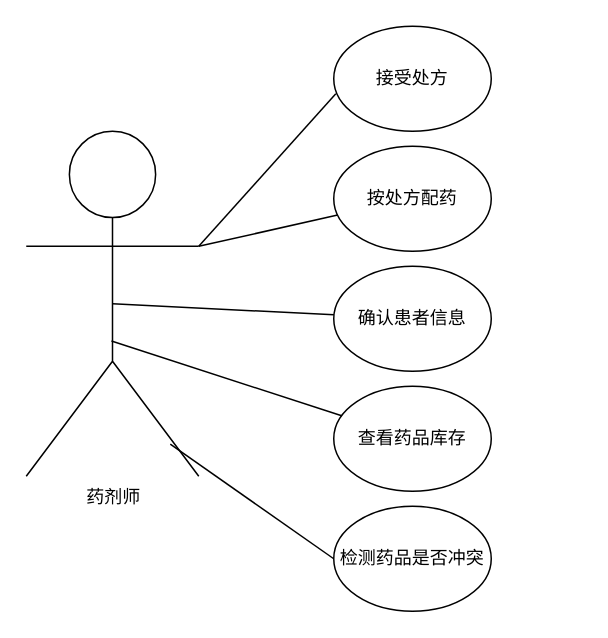
This is page "第 1 页" (1 of 4) of 用例图/未命名绘图.drawio from yansiro145/-, a draw.io file, before an edit. Source tidied: cells renumbered, new cells numbered last; positions are measured from the earlier drawing's top-left corner, leaving out a move shared by most shapes. Both pictures are drawn from the tidied source at 150%, with x=0, y=0 at pixel (26, 26).
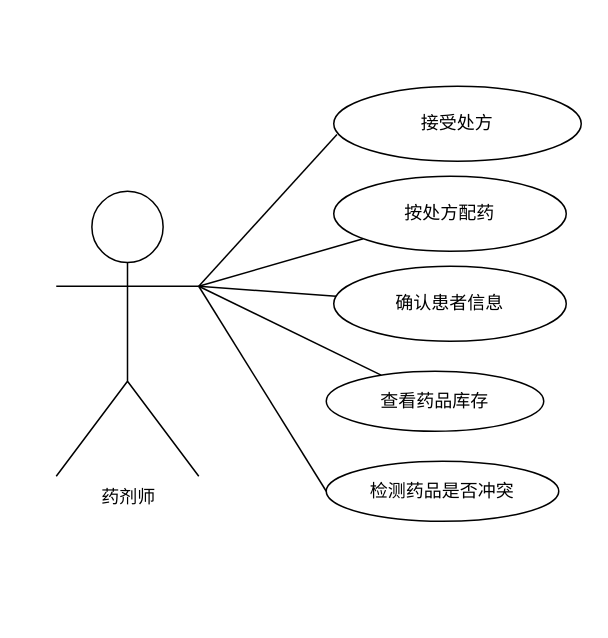
Above is the later version.

The edit, as a diff of the source:
```diff
@@
 <mxGraphModel>
   <root>
     <mxCell id="0" />
     <mxCell id="1" parent="0" />
     <mxCell id="2" value="药剂师" style="shape=umlActor;verticalLabelPosition=bottom;verticalAlign=top;html=1;" parent="1" vertex="1">
-      <mxGeometry y="70" width="115" height="230" as="geometry" />
+      <mxGeometry x="20" y="110" width="95" height="190" as="geometry" />
     </mxCell>
     <mxCell id="3" value="接受处方" style="ellipse;whiteSpace=wrap;html=1;" parent="1" vertex="1">
-      <mxGeometry x="205" width="105" height="70" as="geometry" />
+      <mxGeometry x="205" y="40" width="165" height="50" as="geometry" />
     </mxCell>
     <mxCell id="4" value="按处方配药" style="ellipse;whiteSpace=wrap;html=1;" parent="1" vertex="1">
-      <mxGeometry x="205" y="80" width="105" height="70" as="geometry" />
+      <mxGeometry x="205" y="100" width="155" height="50" as="geometry" />
     </mxCell>
     <mxCell id="5" value="确认患者信息" style="ellipse;whiteSpace=wrap;html=1;" parent="1" vertex="1">
-      <mxGeometry x="205" y="160" width="105" height="70" as="geometry" />
+      <mxGeometry x="205" y="160" width="155" height="50" as="geometry" />
     </mxCell>
     <mxCell id="6" value="查看药品库存" style="ellipse;whiteSpace=wrap;html=1;" parent="1" vertex="1">
-      <mxGeometry x="205" y="240" width="105" height="70" as="geometry" />
+      <mxGeometry x="200" y="230" width="145" height="40" as="geometry" />
     </mxCell>
     <mxCell id="7" value="检测药品是否冲突" style="ellipse;whiteSpace=wrap;html=1;" parent="1" vertex="1">
-      <mxGeometry x="205" y="320" width="105" height="70" as="geometry" />
+      <mxGeometry x="200" y="290" width="155" height="40" as="geometry" />
     </mxCell>
     <mxCell id="8" style="endArrow=none;html=1;rounded=0;entryX=0.013;entryY=0.643;entryDx=0;entryDy=0;entryPerimeter=0;exitX=1;exitY=0.3333333333333333;exitDx=0;exitDy=0;exitPerimeter=0;" parent="1" edge="1" source="2" target="3">
       <mxGeometry relative="1" as="geometry" />
     </mxCell>
     <mxCell id="9" style="endArrow=none;html=1;rounded=0;exitX=1;exitY=0.3333333333333333;exitDx=0;exitDy=0;exitPerimeter=0;" parent="1" edge="1" source="2" target="4">
       <mxGeometry relative="1" as="geometry" />
     </mxCell>
-    <mxCell id="10" style="endArrow=none;html=1;rounded=0;exitX=0.5;exitY=0.5;exitDx=0;exitDy=0;exitPerimeter=0;" parent="1" edge="1" source="2" target="5">
+    <mxCell id="10" style="endArrow=none;html=1;rounded=0;exitX=1;exitY=0.3333333333333333;exitDx=0;exitDy=0;exitPerimeter=0;" parent="1" edge="1" source="2" target="5">
       <mxGeometry relative="1" as="geometry" />
     </mxCell>
-    <mxCell id="11" style="endArrow=none;html=1;rounded=0;exitX=0.494;exitY=0.608;exitDx=0;exitDy=0;exitPerimeter=0;" parent="1" edge="1" source="2" target="6">
+    <mxCell id="11" style="endArrow=none;html=1;rounded=0;exitX=1;exitY=0.3333333333333333;exitDx=0;exitDy=0;exitPerimeter=0;" parent="1" edge="1" source="2" target="6">
       <mxGeometry relative="1" as="geometry" />
     </mxCell>
-    <mxCell id="12" style="endArrow=none;html=1;rounded=0;exitX=0;exitY=0.5;exitDx=0;exitDy=0;entryX=0.835;entryY=0.907;entryDx=0;entryDy=0;entryPerimeter=0;" parent="1" edge="1" source="7" target="2">
+    <mxCell id="12" style="endArrow=none;html=1;rounded=0;exitX=0;exitY=0.5;exitDx=0;exitDy=0;entryX=1;entryY=0.3333333333333333;entryDx=0;entryDy=0;entryPerimeter=0;" parent="1" edge="1" source="7" target="2">
       <mxGeometry relative="1" as="geometry" />
     </mxCell>
   </root>
 </mxGraphModel>
```
